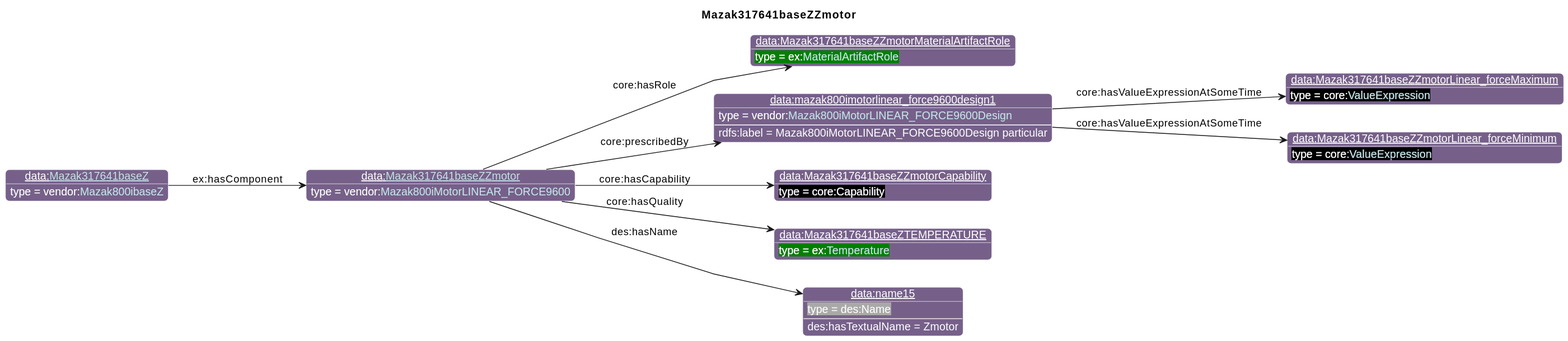
Before: diagrams/Mazak317641baseZZmotor.svg, a diagram exported from PlantUML (iofoundry/example-syseng-mtconnect).
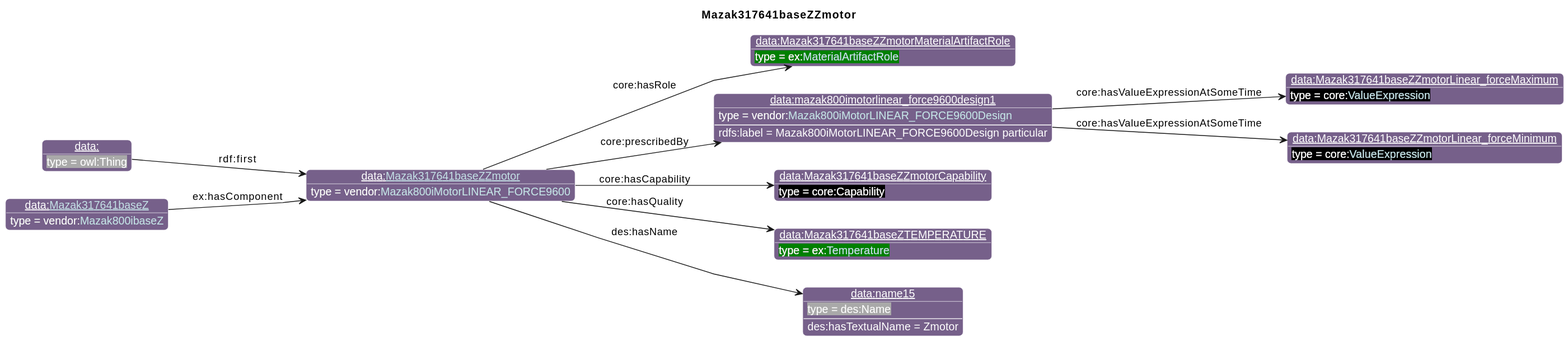
After the commit.

What changed in the source:
```diff
@@ -33,7 +33,8 @@
 individual(o5, data:Mazak317641baseZZmotorCapability, core:Capability)
 individual(o6, data:Mazak317641baseZTEMPERATURE, ex:[[../Example.html#Temperature Temperature]])
 individual(o7, data:name15, des:Name)
-individual(o8, data:[[./Mazak317641baseZ.html Mazak317641baseZ]], vendor:[[../Mazak.html#Mazak800ibaseZ Mazak800ibaseZ]])
+individual(o8, data:, owl:Thing)
+individual(o9, data:[[./Mazak317641baseZ.html Mazak317641baseZ]], vendor:[[../Mazak.html#Mazak800ibaseZ Mazak800ibaseZ]])
 property(o0, "core:hasRole", o1)
 property(o0, "core:prescribedBy", o2)
 data(o2, "rdfs:label", "Mazak800iMotorLINEAR_FORCE9600Design particular")
@@ -43,5 +44,6 @@
 property(o0, "core:hasQuality", o6)
 property(o0, "des:hasName", o7)
 data(o7, "des:hasTextualName", "Zmotor")
-property(o8, "ex:hasComponent", o0)
+property(o8, "rdf:first", o0)
+property(o9, "ex:hasComponent", o0)
 @enduml
```
